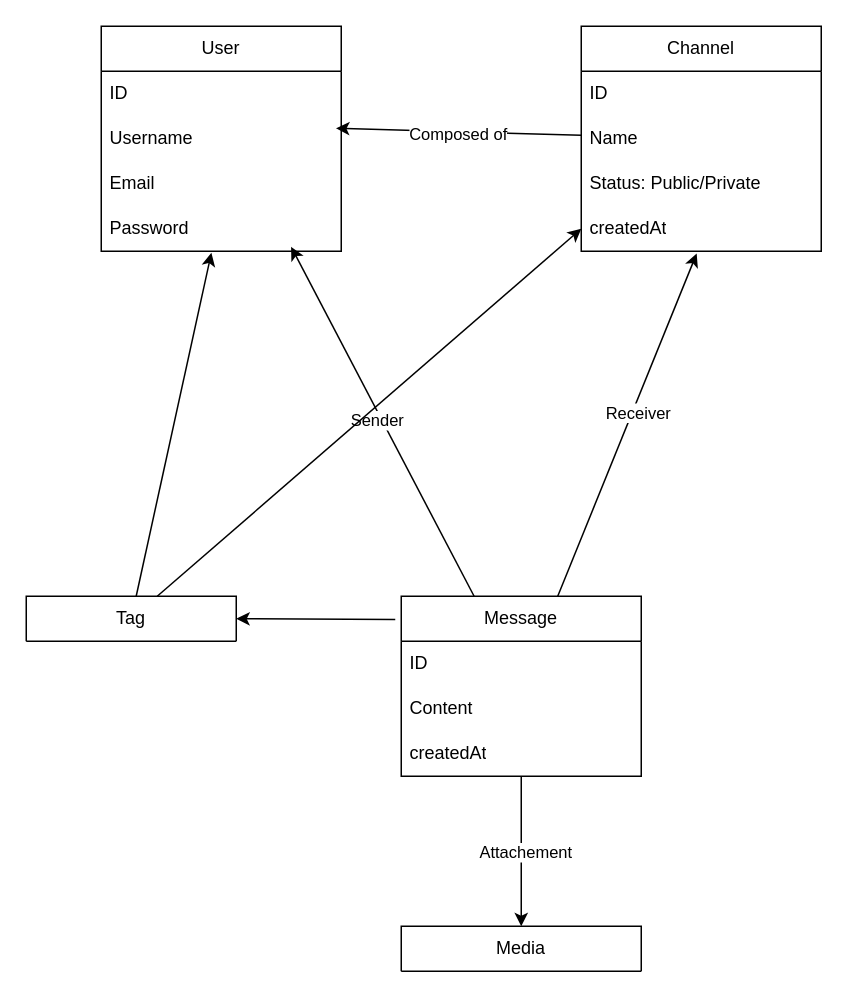
This is docs/diagrams/ClassDiagram.drawio from khlkarim/yapgoon, a draw.io file, before an edit. Source tidied: cells renumbered, new cells numbered last; positions are measured from the earlier drawing's top-left corner, leaving out a move shared by most shapes. Both pictures are drawn from the tidied source at 150%, with x=0, y=0 at pixel (26, 26).
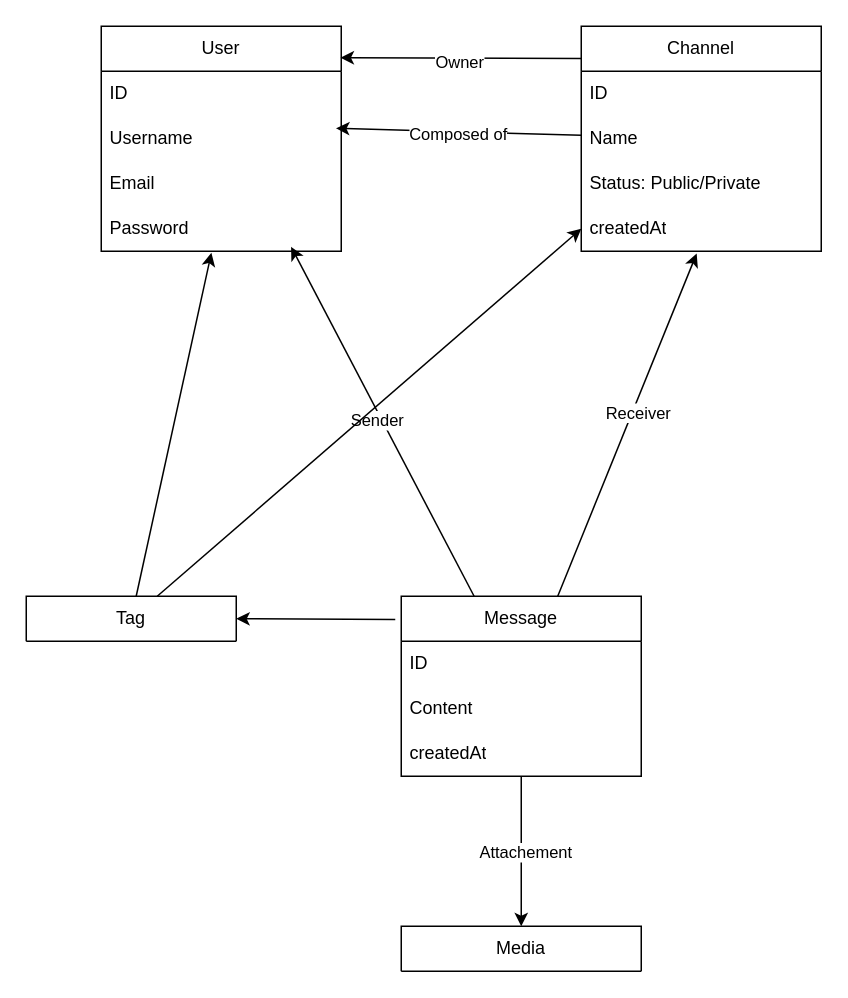
After the change.

The change refers to these unchanged cells:
```xml
<mxCell id="2" value="User" style="swimlane;fontStyle=0;horizontal=1;startSize=30;whiteSpace=wrap;html=1;" parent="1" vertex="1">
  <mxGeometry x="50" width="160" height="150" as="geometry" />
</mxCell>
<mxCell id="7" value="Channel" style="swimlane;fontStyle=0;horizontal=1;startSize=30;whiteSpace=wrap;html=1;" parent="1" vertex="1">
  <mxGeometry x="370" width="160" height="150" as="geometry" />
</mxCell>
```

Diff of the diagram source:
```diff
@@
+    <mxCell id="29" style="edgeStyle=none;html=1;entryX=0.997;entryY=0.14;entryDx=0;entryDy=0;entryPerimeter=0;exitX=0;exitY=0.143;exitDx=0;exitDy=0;exitPerimeter=0;" parent="1" edge="1" source="7" target="2">
+      <mxGeometry relative="1" as="geometry" />
+    </mxCell>
+    <mxCell id="30" value="Owner" style="edgeLabel;html=1;align=center;verticalAlign=middle;" parent="29" vertex="1">
+      <mxGeometry x="0.01" y="2" relative="1" as="geometry" />
+    </mxCell>
```
